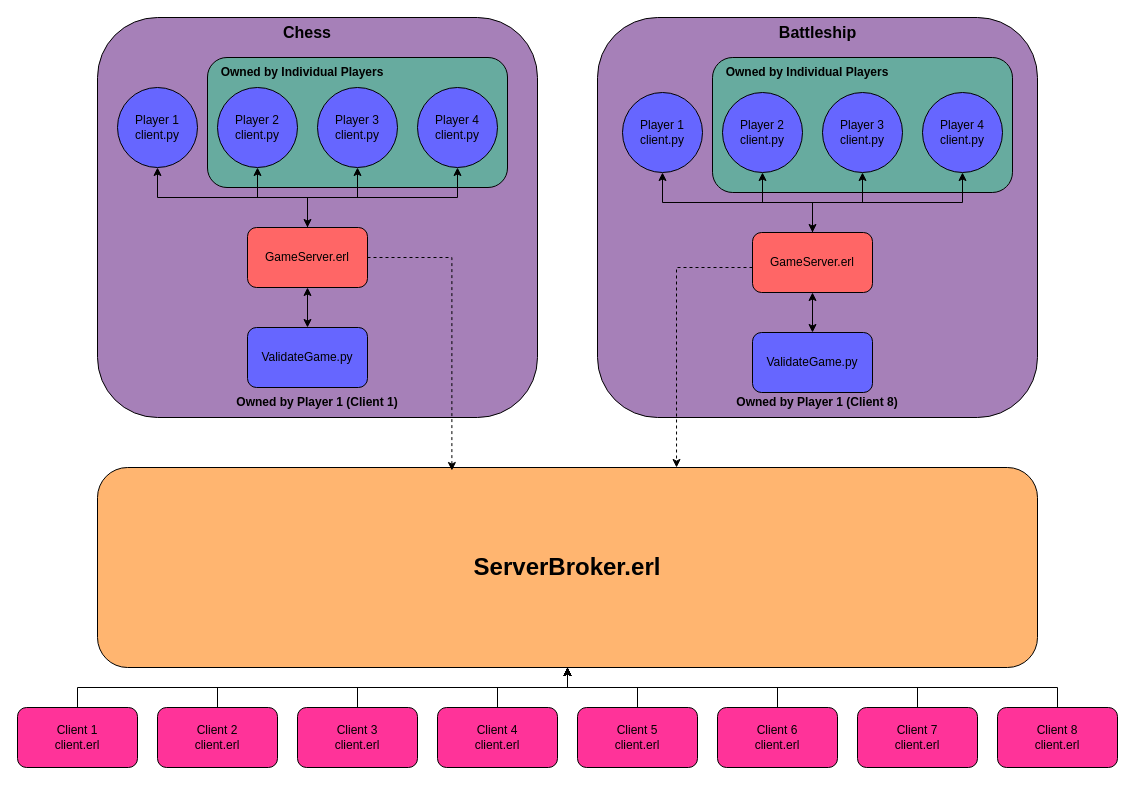
The draw.io diagram topology/HalligameTopology.drawio in cole-glotfelty/Halligame, before the edit. Source tidied: cells renumbered, new cells numbered last; positions are measured from the earlier drawing's top-left corner, leaving out a move shared by most shapes. Both pictures are drawn from the tidied source at 100%, with x=0, y=0 at pixel (17, 17).
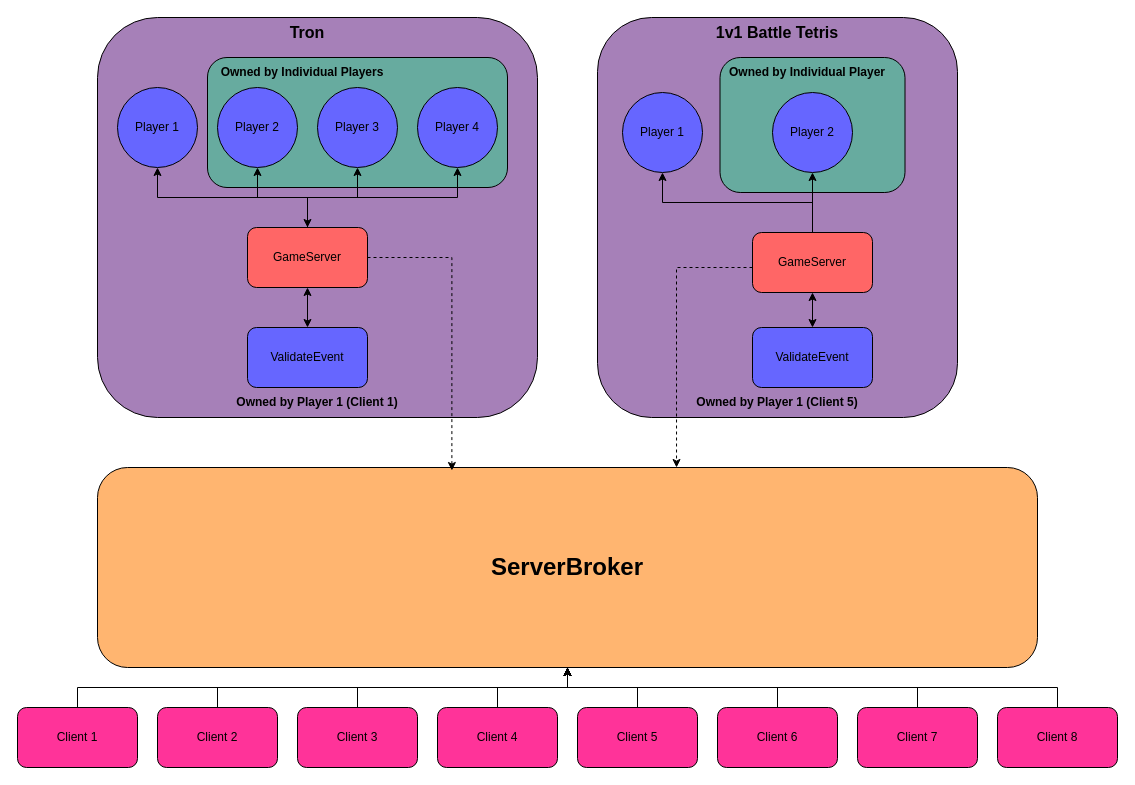
The same page after the edit.

Commit message (it also covers changes not shown here):
class diagrams

Change to the diagram source:
```diff
@@
     <mxCell id="2" style="rounded=1;whiteSpace=wrap;html=1;fillColor=#A680B8;" parent="1" vertex="1">
-      <mxGeometry x="580" width="440" height="400" as="geometry" />
+      <mxGeometry x="580" width="360" height="400" as="geometry" />
     </mxCell>
@@
-    <mxCell id="9" value="GameServer.erl" style="rounded=1;whiteSpace=wrap;html=1;fillColor=#FF6666;" parent="1" vertex="1">
+    <mxCell id="9" value="GameServer" style="rounded=1;whiteSpace=wrap;html=1;fillColor=#FF6666;" parent="1" vertex="1">
       <mxGeometry x="230" y="210" width="120" height="60" as="geometry" />
     </mxCell>
@@
-    <mxCell id="11" value="ValidateGame.py" style="rounded=1;whiteSpace=wrap;html=1;fillColor=#6666FF;" parent="1" vertex="1">
+    <mxCell id="11" value="ValidateEvent" style="rounded=1;whiteSpace=wrap;html=1;fillColor=#6666FF;" parent="1" vertex="1">
       <mxGeometry x="230" y="310" width="120" height="60" as="geometry" />
     </mxCell>
-    <mxCell id="12" value="Player 1&lt;div&gt;client.py&lt;/div&gt;" style="ellipse;whiteSpace=wrap;html=1;fillColor=#6666FF;" parent="1" vertex="1">
+    <mxCell id="12" value="Player 1" style="ellipse;whiteSpace=wrap;html=1;fillColor=#6666FF;" parent="1" vertex="1">
       <mxGeometry x="100" y="70" width="80" height="80" as="geometry" />
     </mxCell>
-    <mxCell id="13" value="Player 2&lt;div&gt;client.py&lt;/div&gt;" style="ellipse;whiteSpace=wrap;html=1;fillColor=#6666FF;" parent="1" vertex="1">
+    <mxCell id="13" value="Player 2" style="ellipse;whiteSpace=wrap;html=1;fillColor=#6666FF;" parent="1" vertex="1">
       <mxGeometry x="200" y="70" width="80" height="80" as="geometry" />
     </mxCell>
-    <mxCell id="14" value="Player 3&lt;div&gt;client.py&lt;/div&gt;" style="ellipse;whiteSpace=wrap;html=1;fillColor=#6666FF;" parent="1" vertex="1">
+    <mxCell id="14" value="Player 3" style="ellipse;whiteSpace=wrap;html=1;fillColor=#6666FF;" parent="1" vertex="1">
       <mxGeometry x="300" y="70" width="80" height="80" as="geometry" />
     </mxCell>
-    <mxCell id="15" value="Player 4&lt;div&gt;client.py&lt;/div&gt;" style="ellipse;whiteSpace=wrap;html=1;fillColor=#6666FF;" parent="1" vertex="1">
+    <mxCell id="15" value="Player 4" style="ellipse;whiteSpace=wrap;html=1;fillColor=#6666FF;" parent="1" vertex="1">
       <mxGeometry x="400" y="70" width="80" height="80" as="geometry" />
     </mxCell>
     <mxCell id="16" style="rounded=1;whiteSpace=wrap;html=1;fillColor=#67AB9F;" parent="1" vertex="1">
-      <mxGeometry x="695" y="40" width="300" height="135" as="geometry" />
+      <mxGeometry x="702.5" y="40" width="185" height="135" as="geometry" />
     </mxCell>
-    <mxCell id="17" style="edgeStyle=orthogonalEdgeStyle;rounded=0;jettySize=auto;html=1;entryX=0.5;entryY=1;entryDx=0;entryDy=0;" parent="1" edge="1" source="21" target="26">
-      <mxGeometry relative="1" as="geometry" />
-    </mxCell>
@@
-    <mxCell id="20" style="edgeStyle=orthogonalEdgeStyle;rounded=0;jettySize=auto;html=1;exitX=0.5;exitY=0;exitDx=0;exitDy=0;entryX=0.5;entryY=1;entryDx=0;entryDy=0;startArrow=classic;startFill=1;" parent="1" edge="1" source="21" target="27">
-      <mxGeometry relative="1" as="geometry" />
-    </mxCell>
-    <mxCell id="21" value="GameServer.erl" style="rounded=1;whiteSpace=wrap;html=1;fillColor=#FF6666;" parent="1" vertex="1">
+    <mxCell id="21" value="GameServer" style="rounded=1;whiteSpace=wrap;html=1;fillColor=#FF6666;" parent="1" vertex="1">
       <mxGeometry x="735" y="215" width="120" height="60" as="geometry" />
     </mxCell>
@@
-    <mxCell id="23" value="ValidateGame.py" style="rounded=1;whiteSpace=wrap;html=1;fillColor=#6666FF;" parent="1" vertex="1">
-      <mxGeometry x="735" y="315" width="120" height="60" as="geometry" />
+    <mxCell id="23" value="ValidateEvent" style="rounded=1;whiteSpace=wrap;html=1;fillColor=#6666FF;" parent="1" vertex="1">
+      <mxGeometry x="735" y="310" width="120" height="60" as="geometry" />
     </mxCell>
-    <mxCell id="24" value="Player 1&lt;div&gt;client.py&lt;/div&gt;" style="ellipse;whiteSpace=wrap;html=1;fillColor=#6666FF;" parent="1" vertex="1">
+    <mxCell id="24" value="Player 1" style="ellipse;whiteSpace=wrap;html=1;fillColor=#6666FF;" parent="1" vertex="1">
       <mxGeometry x="605" y="75" width="80" height="80" as="geometry" />
     </mxCell>
-    <mxCell id="25" value="Player 2&lt;div&gt;client.py&lt;/div&gt;" style="ellipse;whiteSpace=wrap;html=1;fillColor=#6666FF;" parent="1" vertex="1">
-      <mxGeometry x="705" y="75" width="80" height="80" as="geometry" />
+    <mxCell id="25" value="Player 2" style="ellipse;whiteSpace=wrap;html=1;fillColor=#6666FF;" parent="1" vertex="1">
+      <mxGeometry x="755" y="75" width="80" height="80" as="geometry" />
     </mxCell>
-    <mxCell id="26" value="Player 3&lt;div&gt;client.py&lt;/div&gt;" style="ellipse;whiteSpace=wrap;html=1;fillColor=#6666FF;" parent="1" vertex="1">
-      <mxGeometry x="805" y="75" width="80" height="80" as="geometry" />
-    </mxCell>
-    <mxCell id="27" value="Player 4&lt;div&gt;client.py&lt;/div&gt;" style="ellipse;whiteSpace=wrap;html=1;fillColor=#6666FF;" parent="1" vertex="1">
-      <mxGeometry x="905" y="75" width="80" height="80" as="geometry" />
-    </mxCell>
-    <mxCell id="28" value="&lt;font style=&quot;font-size: 24px;&quot;&gt;&lt;b&gt;ServerBroker.erl&lt;/b&gt;&lt;/font&gt;" style="rounded=1;whiteSpace=wrap;html=1;fillColor=#FFB570;" parent="1" vertex="1">
+    <mxCell id="28" value="&lt;font style=&quot;font-size: 24px;&quot;&gt;&lt;b&gt;ServerBroker&lt;/b&gt;&lt;/font&gt;" style="rounded=1;whiteSpace=wrap;html=1;fillColor=#FFB570;" parent="1" vertex="1">
       <mxGeometry x="80" y="450" width="940" height="200" as="geometry" />
     </mxCell>
@@
-    <mxCell id="32" value="Client 1&lt;div&gt;client.erl&lt;/div&gt;" style="rounded=1;whiteSpace=wrap;html=1;fillColor=#FF3399;" parent="1" vertex="1">
+    <mxCell id="32" value="Client 1" style="rounded=1;whiteSpace=wrap;html=1;fillColor=#FF3399;" parent="1" vertex="1">
       <mxGeometry y="690" width="120" height="60" as="geometry" />
     </mxCell>
@@
-    <mxCell id="34" value="Client 2&lt;div&gt;client.erl&lt;/div&gt;" style="rounded=1;whiteSpace=wrap;html=1;fillColor=#FF3399;" parent="1" vertex="1">
+    <mxCell id="34" value="Client 2" style="rounded=1;whiteSpace=wrap;html=1;fillColor=#FF3399;" parent="1" vertex="1">
       <mxGeometry x="140" y="690" width="120" height="60" as="geometry" />
     </mxCell>
@@
-    <mxCell id="36" value="Client 3&lt;div&gt;client.erl&lt;/div&gt;" style="rounded=1;whiteSpace=wrap;html=1;fillColor=#FF3399;" parent="1" vertex="1">
+    <mxCell id="36" value="Client 3" style="rounded=1;whiteSpace=wrap;html=1;fillColor=#FF3399;" parent="1" vertex="1">
       <mxGeometry x="280" y="690" width="120" height="60" as="geometry" />
     </mxCell>
@@
-    <mxCell id="38" value="Client 4&lt;div&gt;client.erl&lt;/div&gt;" style="rounded=1;whiteSpace=wrap;html=1;fillColor=#FF3399;" parent="1" vertex="1">
+    <mxCell id="38" value="Client 4" style="rounded=1;whiteSpace=wrap;html=1;fillColor=#FF3399;" parent="1" vertex="1">
       <mxGeometry x="420" y="690" width="120" height="60" as="geometry" />
     </mxCell>
@@
-    <mxCell id="40" value="Client 5&lt;div&gt;client.erl&lt;/div&gt;" style="rounded=1;whiteSpace=wrap;html=1;fillColor=#FF3399;" parent="1" vertex="1">
+    <mxCell id="40" value="Client 5" style="rounded=1;whiteSpace=wrap;html=1;fillColor=#FF3399;" parent="1" vertex="1">
       <mxGeometry x="560" y="690" width="120" height="60" as="geometry" />
     </mxCell>
@@
-    <mxCell id="42" value="Client 6&lt;div&gt;client.erl&lt;/div&gt;" style="rounded=1;whiteSpace=wrap;html=1;fillColor=#FF3399;" parent="1" vertex="1">
+    <mxCell id="42" value="Client 6" style="rounded=1;whiteSpace=wrap;html=1;fillColor=#FF3399;" parent="1" vertex="1">
       <mxGeometry x="700" y="690" width="120" height="60" as="geometry" />
     </mxCell>
@@
-    <mxCell id="44" value="Client 7&lt;div&gt;client.erl&lt;/div&gt;" style="rounded=1;whiteSpace=wrap;html=1;fillColor=#FF3399;" parent="1" vertex="1">
+    <mxCell id="44" value="Client 7" style="rounded=1;whiteSpace=wrap;html=1;fillColor=#FF3399;" parent="1" vertex="1">
       <mxGeometry x="840" y="690" width="120" height="60" as="geometry" />
     </mxCell>
@@
-    <mxCell id="46" value="Client 8&lt;div&gt;client.erl&lt;/div&gt;" style="rounded=1;whiteSpace=wrap;html=1;fillColor=#FF3399;" parent="1" vertex="1">
+    <mxCell id="46" value="Client 8" style="rounded=1;whiteSpace=wrap;html=1;fillColor=#FF3399;" parent="1" vertex="1">
       <mxGeometry x="980" y="690" width="120" height="60" as="geometry" />
     </mxCell>
@@
-    <mxCell id="48" value="&lt;b&gt;Owned by Player 1&amp;nbsp;&lt;/b&gt;&lt;b style=&quot;background-color: transparent; color: light-dark(rgb(0, 0, 0), rgb(255, 255, 255));&quot;&gt;(Client 8)&lt;/b&gt;" style="text;html=1;align=center;verticalAlign=middle;whiteSpace=wrap;rounded=0;" parent="1" vertex="1">
-      <mxGeometry x="695" y="370" width="210" height="30" as="geometry" />
+    <mxCell id="48" value="&lt;b&gt;Owned by Player 1&amp;nbsp;&lt;/b&gt;&lt;b style=&quot;background-color: transparent; color: light-dark(rgb(0, 0, 0), rgb(255, 255, 255));&quot;&gt;(Client 5)&lt;/b&gt;" style="text;html=1;align=center;verticalAlign=middle;whiteSpace=wrap;rounded=0;" parent="1" vertex="1">
+      <mxGeometry x="655" y="370" width="210" height="30" as="geometry" />
     </mxCell>
@@
-    <mxCell id="50" value="&lt;b&gt;Owned by Individual Players&lt;/b&gt;" style="text;html=1;align=center;verticalAlign=middle;whiteSpace=wrap;rounded=0;" parent="1" vertex="1">
+    <mxCell id="50" value="&lt;b&gt;Owned by Individual Player&lt;/b&gt;" style="text;html=1;align=center;verticalAlign=middle;whiteSpace=wrap;rounded=0;" parent="1" vertex="1">
       <mxGeometry x="695" y="40" width="190" height="30" as="geometry" />
     </mxCell>
-    <mxCell id="51" value="&lt;b&gt;&lt;font style=&quot;font-size: 16px;&quot;&gt;Chess&lt;/font&gt;&lt;/b&gt;" style="text;html=1;align=center;verticalAlign=middle;whiteSpace=wrap;rounded=0;" parent="1" vertex="1">
+    <mxCell id="51" value="&lt;b&gt;&lt;font style=&quot;font-size: 16px;&quot;&gt;Tron&lt;/font&gt;&lt;/b&gt;" style="text;html=1;align=center;verticalAlign=middle;whiteSpace=wrap;rounded=0;" parent="1" vertex="1">
       <mxGeometry x="260" width="60" height="30" as="geometry" />
     </mxCell>
-    <mxCell id="52" value="&lt;b&gt;&lt;font style=&quot;font-size: 16px;&quot;&gt;Battleship&lt;/font&gt;&lt;/b&gt;" style="text;html=1;align=center;verticalAlign=middle;whiteSpace=wrap;rounded=0;" parent="1" vertex="1">
-      <mxGeometry x="752.5" width="95" height="30" as="geometry" />
+    <mxCell id="52" value="&lt;b&gt;&lt;font style=&quot;font-size: 16px;&quot;&gt;1v1 Battle Tetris&lt;/font&gt;&lt;/b&gt;" style="text;html=1;align=center;verticalAlign=middle;whiteSpace=wrap;rounded=0;" parent="1" vertex="1">
+      <mxGeometry x="671.2" width="177.5" height="30" as="geometry" />
     </mxCell>
```
